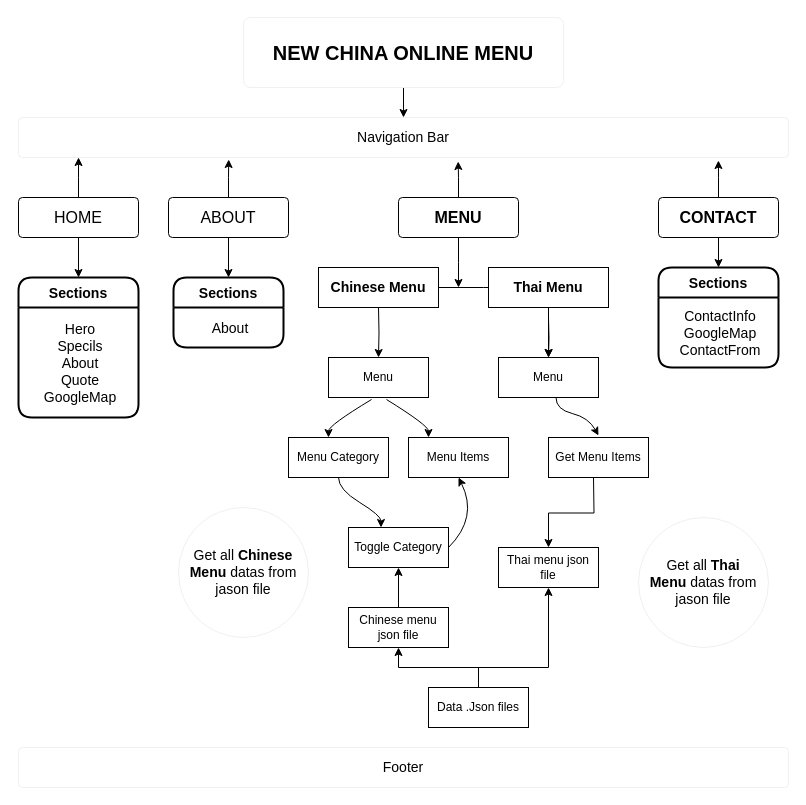
Above: NC-ONLINE-MENU.drawio in hongjie94/nc-online-menu (draw.io), before the change. Source tidied: cells renumbered, new cells numbered last; positions are measured from the earlier drawing's top-left corner, leaving out a move shared by most shapes. Both pictures are drawn from the tidied source at 100%, with x=0, y=0 at pixel (18, 17).
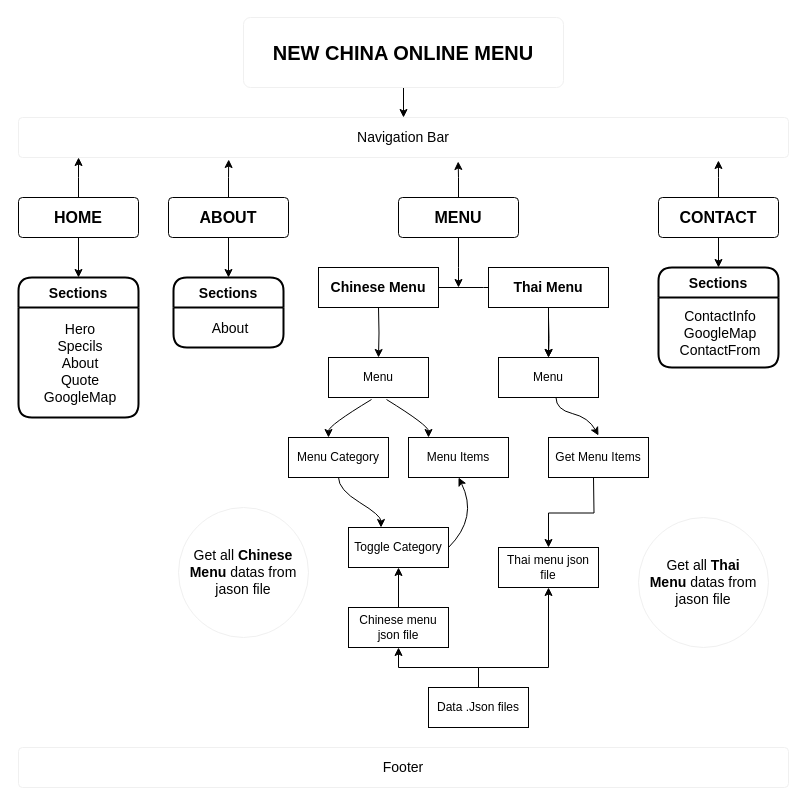
After the change.

Commit message (it also covers changes not shown here):
Update Diagram & gitignore

The change refers to these unchanged cells:
```xml
<mxCell id="16" value="&lt;font style=&quot;font-size: 16px&quot;&gt;&lt;b&gt;MENU&lt;/b&gt;&lt;/font&gt;" style="rounded=1;arcSize=10;whiteSpace=wrap;html=1;align=center;" parent="1" vertex="1">
  <mxGeometry x="380" y="180" width="120" height="40" as="geometry" />
</mxCell>
```

Diff of the diagram source:
```diff
@@
-    <mxCell id="4" value="&lt;font style=&quot;font-size: 16px&quot;&gt;HOME&lt;/font&gt;" style="rounded=1;arcSize=10;whiteSpace=wrap;html=1;align=center;" parent="1" vertex="1">
+    <mxCell id="4" value="&lt;font style=&quot;font-size: 16px&quot;&gt;&lt;b&gt;HOME&lt;/b&gt;&lt;/font&gt;" style="rounded=1;arcSize=10;whiteSpace=wrap;html=1;align=center;" parent="1" vertex="1">
       <mxGeometry y="180" width="120" height="40" as="geometry" />
     </mxCell>
@@
-    <mxCell id="12" value="&lt;font style=&quot;font-size: 16px&quot;&gt;ABOUT&lt;/font&gt;" style="rounded=1;arcSize=10;whiteSpace=wrap;html=1;align=center;" parent="1" vertex="1">
+    <mxCell id="12" value="&lt;font style=&quot;font-size: 16px&quot;&gt;&lt;b&gt;ABOUT&lt;/b&gt;&lt;/font&gt;" style="rounded=1;arcSize=10;whiteSpace=wrap;html=1;align=center;" parent="1" vertex="1">
       <mxGeometry x="150" y="180" width="120" height="40" as="geometry" />
     </mxCell>
@@
     <mxCell id="14" style="edgeStyle=orthogonalEdgeStyle;rounded=0;jettySize=auto;html=1;fontSize=14;" parent="1" edge="1" source="16">
       <mxGeometry relative="1" as="geometry">
         <mxPoint x="440" y="270" as="targetPoint" />
+        <Array as="points">
+          <mxPoint x="440" y="250" />
+          <mxPoint x="440" y="250" />
+        </Array>
       </mxGeometry>
     </mxCell>
```
